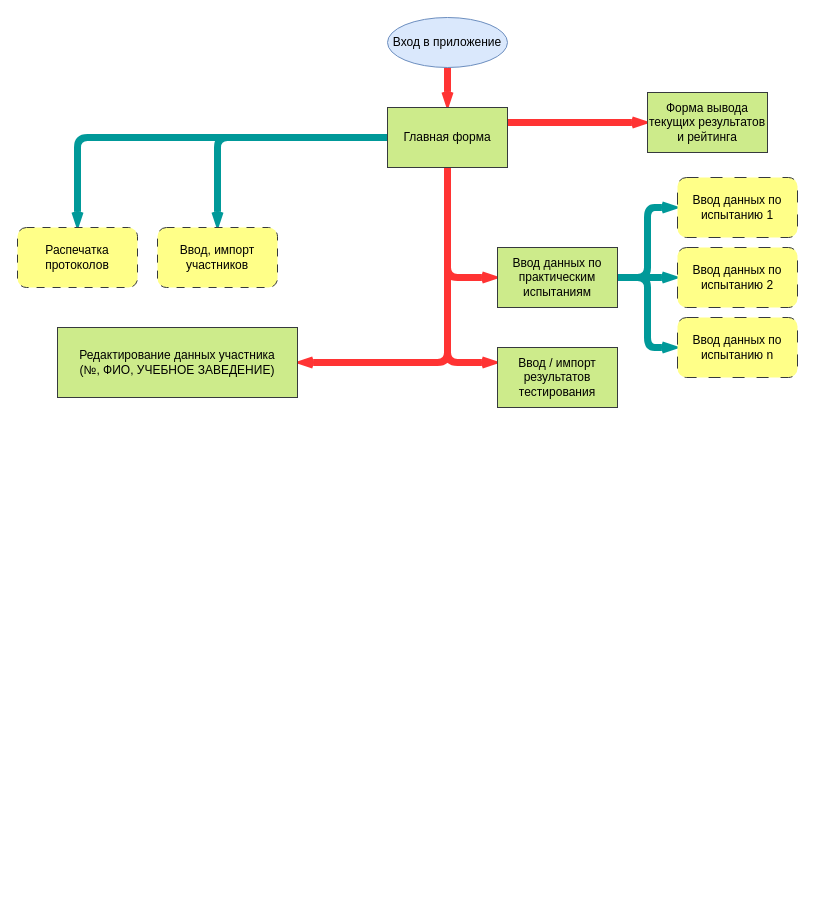
Above: user flow.drawio in AndrewKrazhev/DB (draw.io), before the change. Source tidied: cells renumbered, new cells numbered last; positions are measured from the earlier drawing's top-left corner, leaving out a move shared by most shapes. Both pictures are drawn from the tidied source at 100%, with x=0, y=0 at pixel (17, 17).
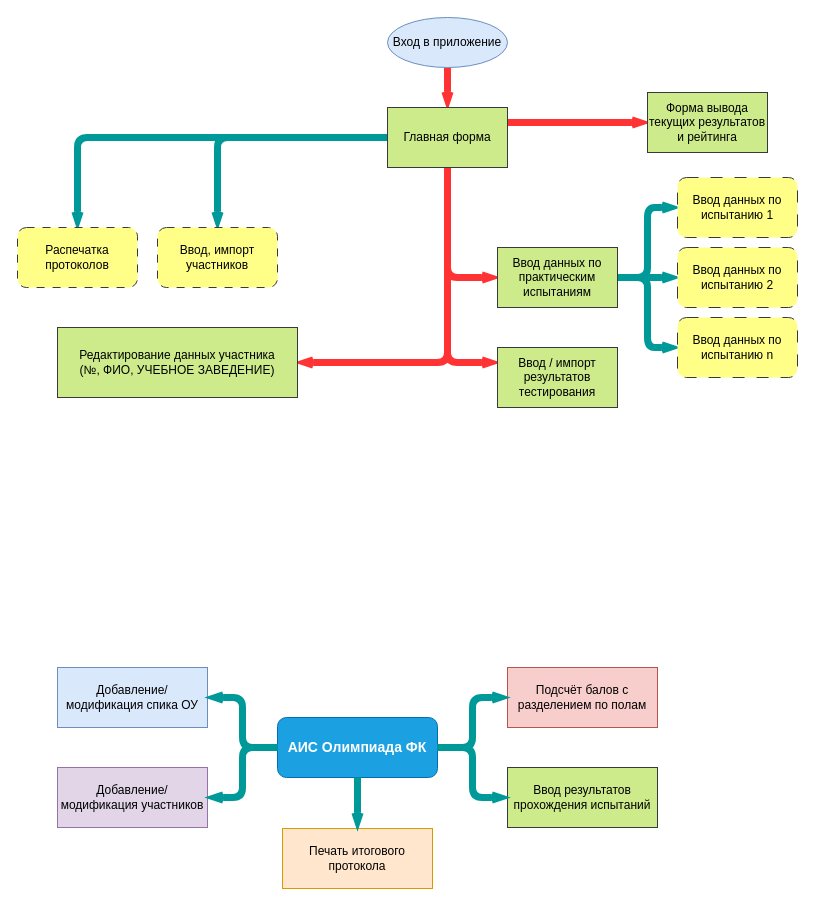
After the change.

Change to the diagram source:
```diff
@@
+    <mxCell id="23" value="АИС Олимпиада ФК" style="rounded=1;whiteSpace=wrap;html=1;shadow=0;fontStyle=1;fontSize=14;fillColor=#1ba1e2;fontColor=#ffffff;strokeColor=#006EAF;" parent="1" vertex="1">
+      <mxGeometry x="260" y="700" width="160" height="60" as="geometry" />
+    </mxCell>
+    <mxCell id="24" value="Ввод результатов прохождения испытаний" style="rounded=0;whiteSpace=wrap;html=1;fillColor=#cdeb8b;strokeColor=#36393d;" parent="1" vertex="1">
+      <mxGeometry x="490" y="750" width="150" height="60" as="geometry" />
+    </mxCell>
+    <mxCell id="25" value="Добавление/модификация участников" style="rounded=0;whiteSpace=wrap;html=1;fillColor=#e1d5e7;strokeColor=#9673a6;" parent="1" vertex="1">
+      <mxGeometry x="40" y="750" width="150" height="60" as="geometry" />
+    </mxCell>
+    <mxCell id="26" value="Добавление/модификация спика ОУ" style="rounded=0;whiteSpace=wrap;html=1;fillColor=#dae8fc;strokeColor=#6c8ebf;" parent="1" vertex="1">
+      <mxGeometry x="40" y="650" width="150" height="60" as="geometry" />
+    </mxCell>
+    <mxCell id="27" value="Подсчёт балов с разделением по полам" style="rounded=0;whiteSpace=wrap;html=1;fillColor=#f8cecc;strokeColor=#b85450;" parent="1" vertex="1">
+      <mxGeometry x="490" y="650" width="150" height="60" as="geometry" />
+    </mxCell>
+    <mxCell id="28" value="Печать итогового протокола" style="rounded=0;whiteSpace=wrap;html=1;fillColor=#ffe6cc;strokeColor=#d79b00;" parent="1" vertex="1">
+      <mxGeometry x="265" y="811" width="150" height="60" as="geometry" />
+    </mxCell>
+    <mxCell id="29" style="edgeStyle=orthogonalEdgeStyle;rounded=1;jettySize=auto;html=1;exitX=1;exitY=0.5;exitDx=0;exitDy=0;entryX=0;entryY=0.5;entryDx=0;entryDy=0;strokeWidth=7;endSize=1;startSize=1;endArrow=openThin;endFill=0;strokeColor=#009999;fillColor=#cce5ff;" parent="1" edge="1" source="23" target="27">
+      <mxGeometry relative="1" as="geometry" />
+    </mxCell>
+    <mxCell id="30" style="edgeStyle=orthogonalEdgeStyle;rounded=1;jettySize=auto;html=1;exitX=1;exitY=0.5;exitDx=0;exitDy=0;entryX=0;entryY=0.5;entryDx=0;entryDy=0;strokeWidth=7;endSize=1;startSize=1;endArrow=openThin;endFill=0;strokeColor=#009999;fillColor=#cce5ff;" parent="1" edge="1" source="23" target="24">
+      <mxGeometry relative="1" as="geometry" />
+    </mxCell>
+    <mxCell id="31" style="edgeStyle=orthogonalEdgeStyle;rounded=1;jettySize=auto;html=1;exitX=0;exitY=0.5;exitDx=0;exitDy=0;entryX=1;entryY=0.5;entryDx=0;entryDy=0;strokeWidth=7;endSize=1;startSize=1;endArrow=openThin;endFill=0;strokeColor=#009999;fillColor=#cce5ff;" parent="1" edge="1" source="23" target="26">
+      <mxGeometry relative="1" as="geometry" />
+    </mxCell>
+    <mxCell id="32" style="edgeStyle=orthogonalEdgeStyle;rounded=1;jettySize=auto;html=1;exitX=0;exitY=0.5;exitDx=0;exitDy=0;entryX=1;entryY=0.5;entryDx=0;entryDy=0;strokeWidth=7;endSize=1;startSize=1;endArrow=openThin;endFill=0;strokeColor=#009999;fillColor=#cce5ff;" parent="1" edge="1" source="23" target="25">
+      <mxGeometry relative="1" as="geometry" />
+    </mxCell>
+    <mxCell id="33" style="edgeStyle=orthogonalEdgeStyle;rounded=1;jettySize=auto;html=1;exitX=0.5;exitY=1;exitDx=0;exitDy=0;entryX=0.5;entryY=0;entryDx=0;entryDy=0;strokeWidth=7;endSize=1;startSize=1;endArrow=openThin;endFill=0;strokeColor=#009999;fillColor=#cce5ff;" parent="1" edge="1" source="23" target="28">
+      <mxGeometry relative="1" as="geometry" />
+    </mxCell>
```
